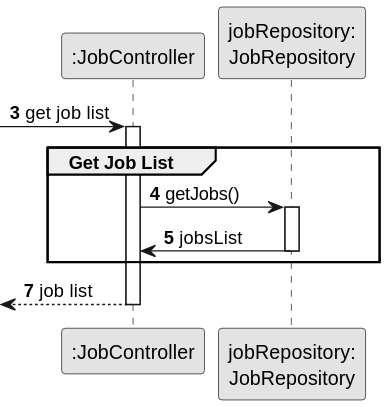
Earlier version of the PlantUML export docs/sprintB/us003/03.design/svg/us003-sequence-diagram-partial-get-job-list.svg (RicardoMorim/lapr2-ISEP-Project). Source of this version:
```plantuml
@startuml
skinparam monochrome true
skinparam packageStyle rectangle
skinparam shadowing false



participant ":JobController" as JC
participant "jobRepository:\nJobRepository" as jobRepository


autonumber 3
-> JC : get job list
autonumber 4
activate JC

    group Get Job List
        JC -> jobRepository: getJobs()

        activate jobRepository

        jobRepository -> JC: jobsList
        deactivate jobRepository


    end
    autonumber 7
    <-- JC : job list
deactivate JC
@enduml
```
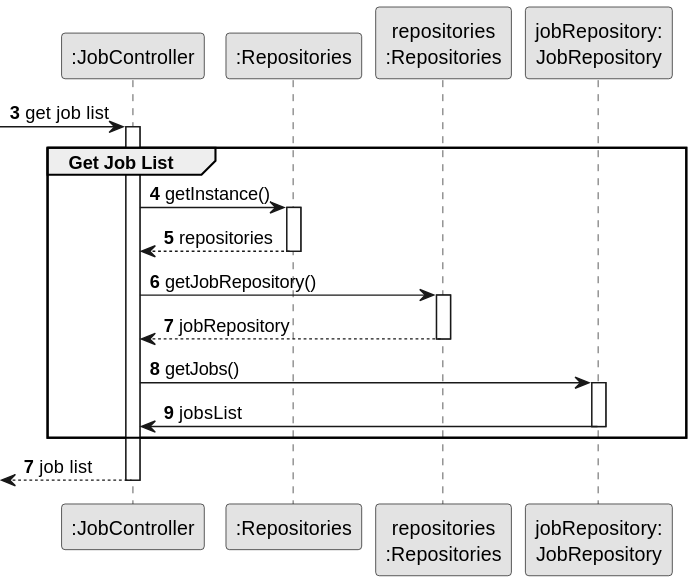
The same file after the commit.

Change to the diagram source:
```diff
@@ -7,6 +7,10 @@
 
 participant ":JobController" as JC
 participant "jobRepository:\nJobRepository" as jobRepository
+participant ":JobController" as JC
+participant ":Repositories" as GlobRepo
+participant "repositories\n:Repositories" as PLAT
+participant "jobRepository:\nJobRepository" as jobRepository
 
 
 autonumber 3
@@ -15,13 +19,24 @@
 activate JC
 
     group Get Job List
-        JC -> jobRepository: getJobs()
 
-        activate jobRepository
+        JC -> GlobRepo : getInstance()
+            activate GlobRepo
 
-        jobRepository -> JC: jobsList
-        deactivate jobRepository
+            GlobRepo --> JC : repositories
+            deactivate GlobRepo
 
+            JC -> PLAT : getJobRepository()
+            activate PLAT
+
+            PLAT -->  JC: jobRepository
+            deactivate PLAT
+
+            JC -> jobRepository : getJobs()
+            activate jobRepository
+
+            jobRepository -> JC : jobsList
+            deactivate jobRepository
 
     end
     autonumber 7
```
